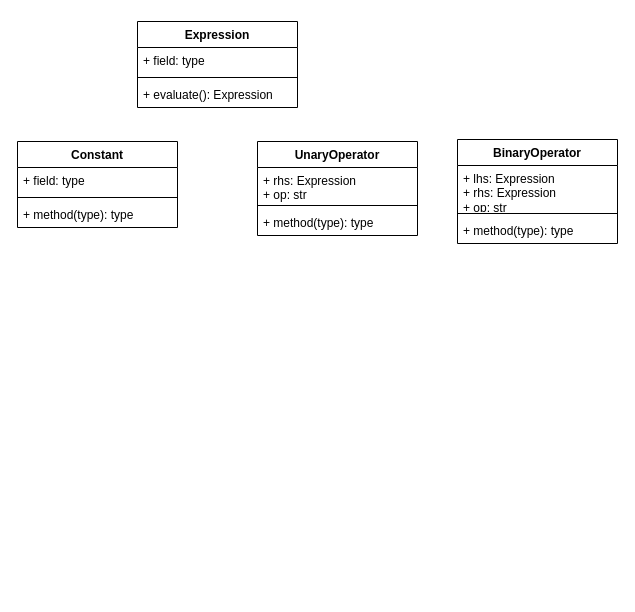
This is lab1-uml.drawio from jcharamut-uconn/CSE2102-SP24-Lab1-Group44, a draw.io file, before an edit. Source tidied: cells renumbered, new cells numbered last; positions are measured from the earlier drawing's top-left corner, leaving out a move shared by most shapes. Both pictures are drawn from the tidied source at 100%, with x=0, y=0 at pixel (17, 21).
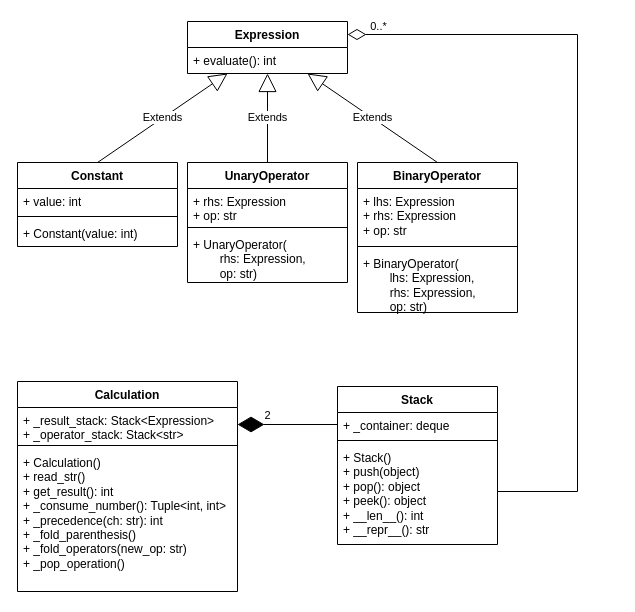
The same page after the edit.

Commit message (it also covers changes not shown here):
finish up uml diagram

Change to the diagram source:
```diff
@@
     <mxCell id="2" value="Expression" style="swimlane;fontStyle=1;align=center;verticalAlign=top;horizontal=1;startSize=26;whiteSpace=wrap;html=1;" parent="1" vertex="1">
-      <mxGeometry x="120" width="160" height="86" as="geometry" />
+      <mxGeometry x="170" width="160" height="52" as="geometry" />
     </mxCell>
-    <mxCell id="3" value="+ field: type" style="text;strokeColor=none;fillColor=none;align=left;verticalAlign=top;spacingLeft=4;spacingRight=4;overflow=hidden;whiteSpace=wrap;html=1;" parent="2" vertex="1">
-      <mxGeometry y="26" width="160" height="26" as="geometry" />
-    </mxCell>
-    <mxCell id="4" style="line;strokeWidth=1;fillColor=none;align=left;verticalAlign=middle;spacingTop=-1;spacingLeft=3;spacingRight=3;labelPosition=right;strokeColor=inherit;" parent="2" vertex="1">
-      <mxGeometry y="52" width="160" height="8" as="geometry" />
-    </mxCell>
-    <mxCell id="5" value="+ evaluate(): Expression" style="text;strokeColor=none;fillColor=none;align=left;verticalAlign=top;spacingLeft=4;spacingRight=4;overflow=hidden;whiteSpace=wrap;html=1;" parent="2" vertex="1">
-      <mxGeometry y="60" width="160" height="26" as="geometry" />
+    <mxCell id="5" value="+ evaluate(): int" style="text;strokeColor=none;fillColor=none;align=left;verticalAlign=top;spacingLeft=4;spacingRight=4;overflow=hidden;whiteSpace=wrap;html=1;" parent="2" vertex="1">
+      <mxGeometry y="26" width="160" height="26" as="geometry" />
     </mxCell>
     <mxCell id="6" value="Constant" style="swimlane;fontStyle=1;align=center;verticalAlign=top;horizontal=1;startSize=26;whiteSpace=wrap;html=1;" parent="1" vertex="1">
-      <mxGeometry y="120" width="160" height="86" as="geometry" />
+      <mxGeometry y="141" width="160" height="84" as="geometry" />
     </mxCell>
-    <mxCell id="7" value="+ field: type" style="text;strokeColor=none;fillColor=none;align=left;verticalAlign=top;spacingLeft=4;spacingRight=4;overflow=hidden;whiteSpace=wrap;html=1;" parent="6" vertex="1">
-      <mxGeometry y="26" width="160" height="26" as="geometry" />
+    <mxCell id="7" value="+ value: int" style="text;strokeColor=none;fillColor=none;align=left;verticalAlign=top;spacingLeft=4;spacingRight=4;overflow=hidden;whiteSpace=wrap;html=1;" parent="6" vertex="1">
+      <mxGeometry y="26" width="160" height="24" as="geometry" />
     </mxCell>
-    <mxCell id="8" style="line;strokeWidth=1;fillColor=none;align=left;verticalAlign=middle;spacingTop=-1;spacingLeft=3;spacingRight=3;labelPosition=right;strokeColor=inherit;" parent="6" vertex="1">
-      <mxGeometry y="52" width="160" height="8" as="geometry" />
-    </mxCell>
-    <mxCell id="9" value="+ method(type): type" style="text;strokeColor=none;fillColor=none;align=left;verticalAlign=top;spacingLeft=4;spacingRight=4;overflow=hidden;whiteSpace=wrap;html=1;" parent="6" vertex="1">
-      <mxGeometry y="60" width="160" height="26" as="geometry" />
-    </mxCell>
+    <mxCell id="18" style="line;strokeWidth=1;fillColor=none;align=left;verticalAlign=middle;spacingTop=-1;spacingLeft=3;spacingRight=3;labelPosition=right;strokeColor=inherit;" parent="6" vertex="1">
+      <mxGeometry y="50" width="160" height="8" as="geometry" />
+    </mxCell>
+    <mxCell id="19" value="+ Constant(value: int)" style="text;strokeColor=none;fillColor=none;align=left;verticalAlign=top;spacingLeft=4;spacingRight=4;overflow=hidden;whiteSpace=wrap;html=1;" parent="6" vertex="1">
+      <mxGeometry y="58" width="160" height="26" as="geometry" />
+    </mxCell>
     <mxCell id="10" value="UnaryOperator" style="swimlane;fontStyle=1;align=center;verticalAlign=top;horizontal=1;startSize=26;whiteSpace=wrap;html=1;" parent="1" vertex="1">
-      <mxGeometry x="240" y="120" width="160" height="94" as="geometry" />
+      <mxGeometry x="170" y="141" width="160" height="120" as="geometry" />
     </mxCell>
     <mxCell id="11" value="&lt;div&gt;+ rhs: Expression&lt;/div&gt;&lt;div&gt;+ op: str&lt;br&gt;&lt;/div&gt;" style="text;strokeColor=none;fillColor=none;align=left;verticalAlign=top;spacingLeft=4;spacingRight=4;overflow=hidden;whiteSpace=wrap;html=1;" parent="10" vertex="1">
-      <mxGeometry y="26" width="160" height="34" as="geometry" />
+      <mxGeometry y="26" width="160" height="35" as="geometry" />
     </mxCell>
-    <mxCell id="12" style="line;strokeWidth=1;fillColor=none;align=left;verticalAlign=middle;spacingTop=-1;spacingLeft=3;spacingRight=3;labelPosition=right;strokeColor=inherit;" parent="10" vertex="1">
-      <mxGeometry y="60" width="160" height="8" as="geometry" />
-    </mxCell>
-    <mxCell id="13" value="+ method(type): type" style="text;strokeColor=none;fillColor=none;align=left;verticalAlign=top;spacingLeft=4;spacingRight=4;overflow=hidden;whiteSpace=wrap;html=1;" parent="10" vertex="1">
-      <mxGeometry y="68" width="160" height="26" as="geometry" />
-    </mxCell>
+    <mxCell id="20" style="line;strokeWidth=1;fillColor=none;align=left;verticalAlign=middle;spacingTop=-1;spacingLeft=3;spacingRight=3;labelPosition=right;strokeColor=inherit;" parent="10" vertex="1">
+      <mxGeometry y="61" width="160" height="8" as="geometry" />
+    </mxCell>
+    <mxCell id="21" value="&lt;div&gt;+ UnaryOperator(&lt;/div&gt;&lt;div&gt;&lt;span style=&quot;white-space: pre;&quot;&gt;&#9;&lt;/span&gt;rhs: Expression,&amp;nbsp;&lt;/div&gt;&lt;div&gt;&lt;span style=&quot;white-space: pre;&quot;&gt;&#9;&lt;/span&gt;op: str)&lt;/div&gt;" style="text;strokeColor=none;fillColor=none;align=left;verticalAlign=top;spacingLeft=4;spacingRight=4;overflow=hidden;whiteSpace=wrap;html=1;" parent="10" vertex="1">
+      <mxGeometry y="69" width="160" height="51" as="geometry" />
+    </mxCell>
     <mxCell id="14" value="BinaryOperator" style="swimlane;fontStyle=1;align=center;verticalAlign=top;horizontal=1;startSize=26;whiteSpace=wrap;html=1;" parent="1" vertex="1">
-      <mxGeometry x="440" y="118" width="160" height="104" as="geometry" />
+      <mxGeometry x="340" y="141" width="160" height="150" as="geometry" />
     </mxCell>
     <mxCell id="15" value="&lt;div&gt;+ lhs: Expression&lt;/div&gt;&lt;div&gt;+ rhs: Expression&lt;br&gt;&lt;/div&gt;&lt;div&gt;+ op: str&lt;br&gt;&lt;/div&gt;" style="text;strokeColor=none;fillColor=none;align=left;verticalAlign=top;spacingLeft=4;spacingRight=4;overflow=hidden;whiteSpace=wrap;html=1;" parent="14" vertex="1">
-      <mxGeometry y="26" width="160" height="44" as="geometry" />
+      <mxGeometry y="26" width="160" height="54" as="geometry" />
     </mxCell>
-    <mxCell id="16" style="line;strokeWidth=1;fillColor=none;align=left;verticalAlign=middle;spacingTop=-1;spacingLeft=3;spacingRight=3;labelPosition=right;strokeColor=inherit;" parent="14" vertex="1">
-      <mxGeometry y="70" width="160" height="8" as="geometry" />
-    </mxCell>
-    <mxCell id="17" value="+ method(type): type" style="text;strokeColor=none;fillColor=none;align=left;verticalAlign=top;spacingLeft=4;spacingRight=4;overflow=hidden;whiteSpace=wrap;html=1;" parent="14" vertex="1">
-      <mxGeometry y="78" width="160" height="26" as="geometry" />
-    </mxCell>
+    <mxCell id="22" style="line;strokeWidth=1;fillColor=none;align=left;verticalAlign=middle;spacingTop=-1;spacingLeft=3;spacingRight=3;labelPosition=right;strokeColor=inherit;" parent="14" vertex="1">
+      <mxGeometry y="80" width="160" height="8" as="geometry" />
+    </mxCell>
+    <mxCell id="23" value="&lt;div&gt;+ BinaryOperator(&lt;/div&gt;&lt;div&gt;&lt;span style=&quot;white-space: pre;&quot;&gt;&#9;&lt;/span&gt;lhs: Expression,&amp;nbsp;&lt;/div&gt;&lt;div&gt;&lt;span style=&quot;white-space: pre;&quot;&gt;&#9;&lt;/span&gt;rhs: Expression,&amp;nbsp;&lt;/div&gt;&lt;div&gt;&lt;span style=&quot;white-space: pre;&quot;&gt;&#9;&lt;/span&gt;op: str)&lt;/div&gt;" style="text;strokeColor=none;fillColor=none;align=left;verticalAlign=top;spacingLeft=4;spacingRight=4;overflow=hidden;whiteSpace=wrap;html=1;" parent="14" vertex="1">
+      <mxGeometry y="88" width="160" height="62" as="geometry" />
+    </mxCell>
+    <mxCell id="24" value="Extends" style="endArrow=block;endSize=16;endFill=0;html=1;rounded=0;exitX=0.5;exitY=0;exitDx=0;exitDy=0;entryX=0.25;entryY=1;entryDx=0;entryDy=0;" parent="1" edge="1" source="6" target="2">
+      <mxGeometry relative="1" as="geometry" />
+    </mxCell>
+    <mxCell id="25" value="Extends" style="endArrow=block;endSize=16;endFill=0;html=1;rounded=0;exitX=0.5;exitY=0;exitDx=0;exitDy=0;entryX=0.5;entryY=1;entryDx=0;entryDy=0;" parent="1" edge="1" source="10" target="2">
+      <mxGeometry relative="1" as="geometry" />
+    </mxCell>
+    <mxCell id="26" value="Extends" style="endArrow=block;endSize=16;endFill=0;html=1;rounded=0;exitX=0.5;exitY=0;exitDx=0;exitDy=0;entryX=0.75;entryY=1;entryDx=0;entryDy=0;" parent="1" edge="1" source="14" target="2">
+      <mxGeometry relative="1" as="geometry" />
+    </mxCell>
+    <mxCell id="27" value="Stack" style="swimlane;fontStyle=1;align=center;verticalAlign=top;horizontal=1;startSize=26;whiteSpace=wrap;html=1;" parent="1" vertex="1">
+      <mxGeometry x="320" y="365" width="160" height="158" as="geometry" />
+    </mxCell>
+    <mxCell id="28" value="+ _container: deque" style="text;strokeColor=none;fillColor=none;align=left;verticalAlign=top;spacingLeft=4;spacingRight=4;overflow=hidden;points=[[0,0.5],[1,0.5]];portConstraint=eastwest;whiteSpace=wrap;html=1;" parent="27" vertex="1">
+      <mxGeometry y="26" width="160" height="24" as="geometry" />
+    </mxCell>
+    <mxCell id="29" style="line;strokeWidth=1;fillColor=none;align=left;verticalAlign=middle;spacingTop=-1;spacingLeft=3;spacingRight=3;labelPosition=right;strokeColor=inherit;" parent="27" vertex="1">
+      <mxGeometry y="50" width="160" height="8" as="geometry" />
+    </mxCell>
+    <mxCell id="30" value="&lt;div&gt;+ Stack()&lt;br&gt;&lt;/div&gt;&lt;div&gt;+ push(object)&lt;br&gt;&lt;/div&gt;&lt;div&gt;+ pop(): object&lt;/div&gt;&lt;div&gt;+ peek(): object&lt;/div&gt;&lt;div&gt;+ __len__(): int&lt;br&gt;&lt;/div&gt;&lt;div&gt;+ __repr__(): str&lt;br&gt;&lt;/div&gt;" style="text;strokeColor=none;fillColor=none;align=left;verticalAlign=top;spacingLeft=4;spacingRight=4;overflow=hidden;points=[[0,0.5],[1,0.5]];portConstraint=eastwest;whiteSpace=wrap;html=1;" parent="27" vertex="1">
+      <mxGeometry y="58" width="160" height="100" as="geometry" />
+    </mxCell>
+    <mxCell id="31" value="Calculation" style="swimlane;fontStyle=1;align=center;verticalAlign=top;horizontal=1;startSize=26;whiteSpace=wrap;html=1;" parent="1" vertex="1">
+      <mxGeometry y="360" width="220" height="210" as="geometry" />
+    </mxCell>
+    <mxCell id="32" value="&lt;div&gt;+ _result_stack: Stack&amp;lt;Expression&amp;gt;&lt;/div&gt;&lt;div&gt;+ _operator_stack: Stack&amp;lt;str&amp;gt;&lt;br&gt;&lt;/div&gt;" style="text;strokeColor=none;fillColor=none;align=left;verticalAlign=top;spacingLeft=4;spacingRight=4;overflow=hidden;points=[[0,0.5],[1,0.5]];portConstraint=eastwest;whiteSpace=wrap;html=1;" parent="31" vertex="1">
+      <mxGeometry y="26" width="220" height="34" as="geometry" />
+    </mxCell>
+    <mxCell id="33" style="line;strokeWidth=1;fillColor=none;align=left;verticalAlign=middle;spacingTop=-1;spacingLeft=3;spacingRight=3;labelPosition=right;strokeColor=inherit;" parent="31" vertex="1">
+      <mxGeometry y="60" width="220" height="8" as="geometry" />
+    </mxCell>
+    <mxCell id="34" value="&lt;div&gt;+ Calculation()&lt;/div&gt;&lt;div&gt;+ read_str()&lt;/div&gt;&lt;div&gt;+ get_result(): int&lt;/div&gt;&lt;div&gt;+ _consume_number(): Tuple&amp;lt;int, int&amp;gt;&lt;/div&gt;&lt;div&gt;+ _precedence(ch: str): int&lt;/div&gt;&lt;div&gt;+ _fold_parenthesis()&lt;/div&gt;&lt;div&gt;+ _fold_operators(new_op: str)&lt;/div&gt;&lt;div&gt;+ _pop_operation()&lt;br&gt;&lt;/div&gt;" style="text;strokeColor=none;fillColor=none;align=left;verticalAlign=top;spacingLeft=4;spacingRight=4;overflow=hidden;whiteSpace=wrap;html=1;" parent="31" vertex="1">
+      <mxGeometry y="68" width="220" height="142" as="geometry" />
+    </mxCell>
+    <mxCell id="35" style="endArrow=diamondThin;endFill=1;endSize=24;html=1;rounded=0;entryX=1;entryY=0.5;entryDx=0;entryDy=0;exitX=0;exitY=0.5;exitDx=0;exitDy=0;" parent="1" edge="1" source="28" target="32">
+      <mxGeometry relative="1" as="geometry" />
+    </mxCell>
+    <mxCell id="36" value="2" style="edgeLabel;html=1;align=center;verticalAlign=middle;" parent="35" vertex="1">
+      <mxGeometry x="0.72" y="-1" relative="1" as="geometry">
+        <mxPoint x="15" y="-9" as="offset" />
+      </mxGeometry>
+    </mxCell>
+    <mxCell id="37" style="edgeStyle=orthogonalEdgeStyle;rounded=0;jettySize=auto;html=1;entryX=1;entryY=0.25;entryDx=0;entryDy=0;endArrow=diamondThin;endFill=0;endSize=16;" parent="1" edge="1" source="30" target="2">
+      <mxGeometry relative="1" as="geometry">
+        <Array as="points">
+          <mxPoint x="560" y="470" />
+          <mxPoint x="560" y="13" />
+        </Array>
+      </mxGeometry>
+    </mxCell>
+    <mxCell id="38" value="&lt;div&gt;0..*&lt;/div&gt;" style="edgeLabel;html=1;align=center;verticalAlign=middle;" parent="37" vertex="1">
+      <mxGeometry x="0.89" relative="1" as="geometry">
+        <mxPoint x="-12" y="-9" as="offset" />
+      </mxGeometry>
+    </mxCell>
```
